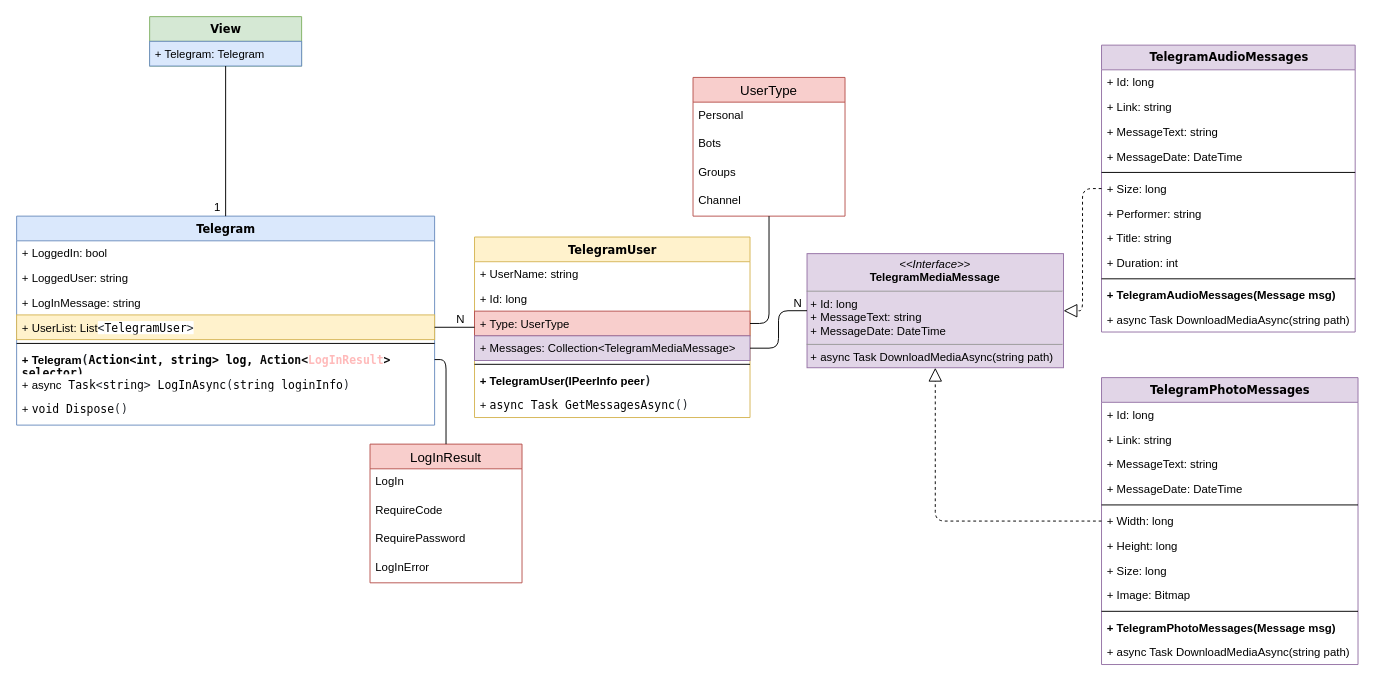
This is page "Page-1" (1 of 2) of gb_classes.drawio from konoplinovich/Diagrams, a draw.io file, before an edit. Source tidied: cells renumbered, new cells numbered last; positions are measured from the earlier drawing's top-left corner, leaving out a move shared by most shapes. Both pictures are drawn from the tidied source at 95%, with x=0, y=0 at pixel (16, 16).
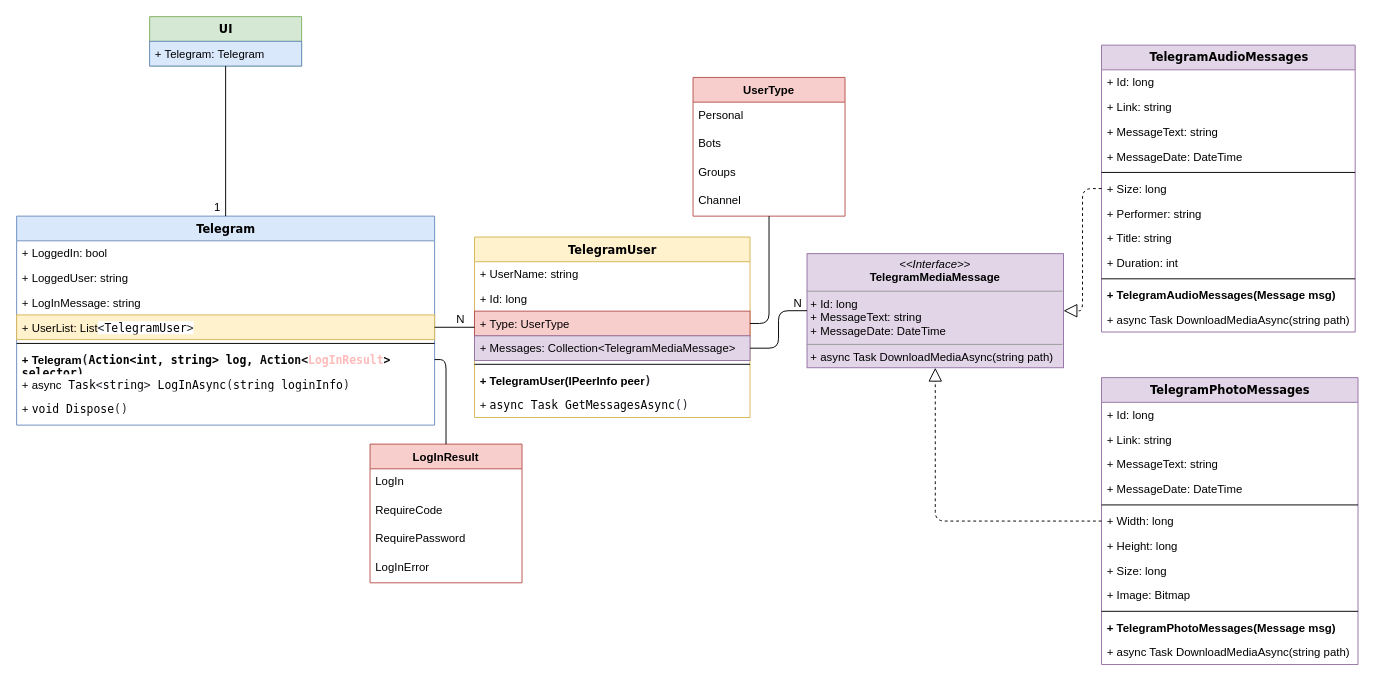
Above is the later version.

What changed in the source:
```diff
@@
-    <mxCell id="2" value="View" style="swimlane;html=1;fontStyle=1;align=center;verticalAlign=top;horizontal=1;startSize=26;swimlaneFillColor=#ffffff;rounded=0;shadow=0;comic=0;labelBackgroundColor=none;strokeWidth=1;fillColor=#d5e8d4;fontFamily=Verdana;fontSize=12;strokeColor=#82b366;" parent="1" vertex="1">
+    <mxCell id="2" value="UI" style="swimlane;html=1;fontStyle=1;align=center;verticalAlign=top;horizontal=1;startSize=26;swimlaneFillColor=#ffffff;rounded=0;shadow=0;comic=0;labelBackgroundColor=none;strokeWidth=1;fillColor=#d5e8d4;fontFamily=Verdana;fontSize=12;strokeColor=#82b366;" parent="1" vertex="1">
       <mxGeometry x="140" width="160" height="52" as="geometry" />
     </mxCell>
@@
-    <mxCell id="56" value="UserType" style="swimlane;fontStyle=0;horizontal=1;startSize=26;align=center;fontSize=14;fillColor=#f8cecc;strokeColor=#b85450;" parent="1" vertex="1">
+    <mxCell id="56" value="UserType" style="swimlane;fontStyle=1;horizontal=1;startSize=26;align=center;fontSize=12;fillColor=#f8cecc;strokeColor=#b85450;" parent="1" vertex="1">
       <mxGeometry x="712" y="64" width="160" height="146" as="geometry" />
     </mxCell>
@@
-    <mxCell id="62" value="LogInResult" style="swimlane;fontStyle=0;horizontal=1;startSize=26;align=center;fontSize=14;fillColor=#f8cecc;strokeColor=#b85450;" parent="1" vertex="1">
+    <mxCell id="62" value="LogInResult" style="swimlane;fontStyle=1;horizontal=1;startSize=26;align=center;fontSize=12;fillColor=#f8cecc;strokeColor=#b85450;" parent="1" vertex="1">
       <mxGeometry x="372" y="450" width="160" height="146" as="geometry" />
     </mxCell>
```
